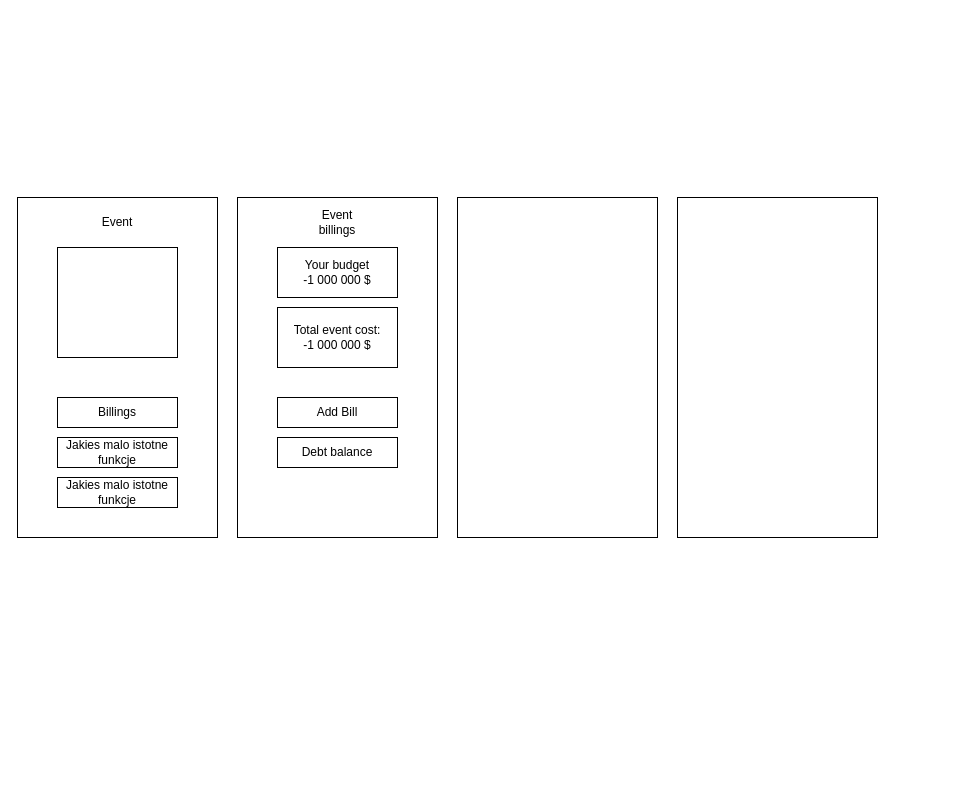
Earlier version of the draw.io diagram Billings.drawio (Tomasz98Zukowski/TripBudgetApp). Source tidied: cells renumbered, new cells numbered last; positions are measured from the earlier drawing's top-left corner, leaving out a move shared by most shapes. Both pictures are drawn from the tidied source at 100%, with x=0, y=0 at pixel (17, 197).
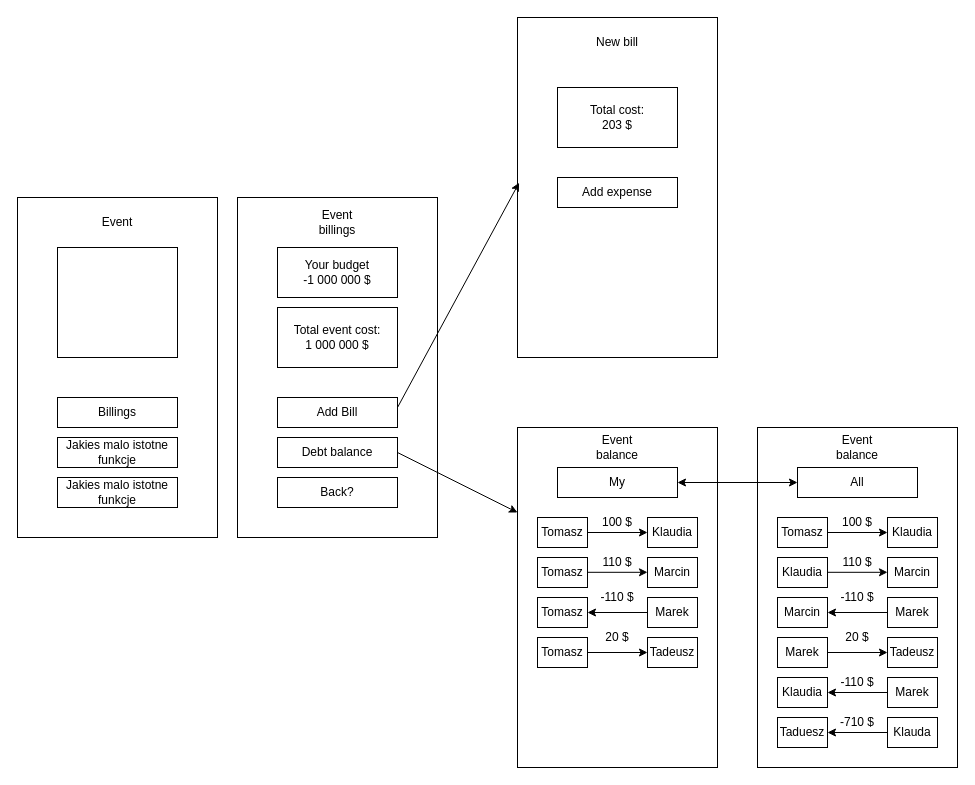
Above is the later version.

The change refers to these unchanged cells:
```xml
<mxCell id="15" value="Debt balance" style="rounded=0;whiteSpace=wrap;html=1;" parent="1" vertex="1">
  <mxGeometry x="260" y="240" width="120" height="30" as="geometry" />
</mxCell>
```

The edit, as a diff of the source:
```diff
@@
     <mxCell id="3" style="rounded=0;whiteSpace=wrap;html=1;" parent="1" vertex="1">
-      <mxGeometry x="440" width="200" height="340" as="geometry" />
+      <mxGeometry x="500" y="230" width="200" height="340" as="geometry" />
     </mxCell>
@@
     <mxCell id="5" style="rounded=0;whiteSpace=wrap;html=1;" parent="1" vertex="1">
-      <mxGeometry x="660" width="200" height="340" as="geometry" />
+      <mxGeometry x="500" y="-180" width="200" height="340" as="geometry" />
     </mxCell>
@@
-    <mxCell id="12" value="Total event cost:&lt;br&gt;-1 000 000 $" style="rounded=0;whiteSpace=wrap;html=1;" parent="1" vertex="1">
+    <mxCell id="12" value="Total event cost:&lt;br&gt;1 000 000 $" style="rounded=0;whiteSpace=wrap;html=1;" parent="1" vertex="1">
       <mxGeometry x="260" y="110" width="120" height="60" as="geometry" />
     </mxCell>
@@
+    <mxCell id="16" value="Back?" style="rounded=0;whiteSpace=wrap;html=1;" parent="1" vertex="1">
+      <mxGeometry x="260" y="280" width="120" height="30" as="geometry" />
+    </mxCell>
+    <mxCell id="17" style="endArrow=classic;html=1;rounded=0;entryX=0;entryY=0.25;entryDx=0;entryDy=0;exitX=1;exitY=0.5;exitDx=0;exitDy=0;" parent="1" edge="1" source="15" target="3">
+      <mxGeometry relative="1" as="geometry" />
+    </mxCell>
+    <mxCell id="18" value="Tomasz" style="rounded=0;whiteSpace=wrap;html=1;" parent="1" vertex="1">
+      <mxGeometry x="520" y="320" width="50" height="30" as="geometry" />
+    </mxCell>
+    <mxCell id="19" value="Event balance" style="text;html=1;align=center;verticalAlign=middle;whiteSpace=wrap;rounded=0;" parent="1" vertex="1">
+      <mxGeometry x="570" y="235" width="60" height="30" as="geometry" />
+    </mxCell>
+    <mxCell id="20" value="Tomasz" style="rounded=0;whiteSpace=wrap;html=1;" parent="1" vertex="1">
+      <mxGeometry x="520" y="400" width="50" height="30" as="geometry" />
+    </mxCell>
+    <mxCell id="21" value="Tomasz" style="rounded=0;whiteSpace=wrap;html=1;" parent="1" vertex="1">
+      <mxGeometry x="520" y="360" width="50" height="30" as="geometry" />
+    </mxCell>
+    <mxCell id="22" value="My" style="rounded=0;whiteSpace=wrap;html=1;" parent="1" vertex="1">
+      <mxGeometry x="540" y="270" width="120" height="30" as="geometry" />
+    </mxCell>
+    <mxCell id="23" value="Tomasz" style="rounded=0;whiteSpace=wrap;html=1;" parent="1" vertex="1">
+      <mxGeometry x="520" y="440" width="50" height="30" as="geometry" />
+    </mxCell>
+    <mxCell id="24" value="Klaudia" style="rounded=0;whiteSpace=wrap;html=1;" parent="1" vertex="1">
+      <mxGeometry x="630" y="320" width="50" height="30" as="geometry" />
+    </mxCell>
+    <mxCell id="25" value="Marek" style="rounded=0;whiteSpace=wrap;html=1;" parent="1" vertex="1">
+      <mxGeometry x="630" y="400" width="50" height="30" as="geometry" />
+    </mxCell>
+    <mxCell id="26" value="Marcin" style="rounded=0;whiteSpace=wrap;html=1;" parent="1" vertex="1">
+      <mxGeometry x="630" y="360" width="50" height="30" as="geometry" />
+    </mxCell>
+    <mxCell id="27" value="Tadeusz" style="rounded=0;whiteSpace=wrap;html=1;" parent="1" vertex="1">
+      <mxGeometry x="630" y="440" width="50" height="30" as="geometry" />
+    </mxCell>
+    <mxCell id="28" style="endArrow=classic;html=1;rounded=0;entryX=0;entryY=0.5;entryDx=0;entryDy=0;exitX=1;exitY=0.5;exitDx=0;exitDy=0;" parent="1" edge="1" source="18" target="24">
+      <mxGeometry relative="1" as="geometry" />
+    </mxCell>
+    <mxCell id="29" style="endArrow=classic;html=1;rounded=0;entryX=0;entryY=0.5;entryDx=0;entryDy=0;exitX=1;exitY=0.5;exitDx=0;exitDy=0;" parent="1" edge="1">
+      <mxGeometry relative="1" as="geometry">
+        <mxPoint x="570" y="374.8" as="sourcePoint" />
+        <mxPoint x="630" y="374.8" as="targetPoint" />
+      </mxGeometry>
+    </mxCell>
+    <mxCell id="30" style="endArrow=classic;html=1;rounded=0;exitX=0;exitY=0.5;exitDx=0;exitDy=0;entryX=1;entryY=0.5;entryDx=0;entryDy=0;" parent="1" edge="1" source="25" target="20">
+      <mxGeometry relative="1" as="geometry" />
+    </mxCell>
+    <mxCell id="31" style="endArrow=classic;html=1;rounded=0;exitX=1;exitY=0.5;exitDx=0;exitDy=0;entryX=0;entryY=0.5;entryDx=0;entryDy=0;" parent="1" edge="1" source="23" target="27">
+      <mxGeometry relative="1" as="geometry" />
+    </mxCell>
+    <mxCell id="32" value="100 $" style="text;html=1;align=center;verticalAlign=middle;whiteSpace=wrap;rounded=0;" parent="1" vertex="1">
+      <mxGeometry x="570" y="310" width="60" height="30" as="geometry" />
+    </mxCell>
+    <mxCell id="33" value="110 $" style="text;html=1;align=center;verticalAlign=middle;whiteSpace=wrap;rounded=0;" parent="1" vertex="1">
+      <mxGeometry x="570" y="350" width="60" height="30" as="geometry" />
+    </mxCell>
+    <mxCell id="34" value="-110 $" style="text;html=1;align=center;verticalAlign=middle;whiteSpace=wrap;rounded=0;" parent="1" vertex="1">
+      <mxGeometry x="570" y="385" width="60" height="30" as="geometry" />
+    </mxCell>
+    <mxCell id="35" value="20 $" style="text;html=1;align=center;verticalAlign=middle;whiteSpace=wrap;rounded=0;" parent="1" vertex="1">
+      <mxGeometry x="570" y="425" width="60" height="30" as="geometry" />
+    </mxCell>
+    <mxCell id="36" style="rounded=0;whiteSpace=wrap;html=1;" parent="1" vertex="1">
+      <mxGeometry x="740" y="230" width="200" height="340" as="geometry" />
+    </mxCell>
+    <mxCell id="37" value="Tomasz" style="rounded=0;whiteSpace=wrap;html=1;" parent="1" vertex="1">
+      <mxGeometry x="760" y="320" width="50" height="30" as="geometry" />
+    </mxCell>
+    <mxCell id="38" value="Event balance" style="text;html=1;align=center;verticalAlign=middle;whiteSpace=wrap;rounded=0;" parent="1" vertex="1">
+      <mxGeometry x="810" y="235" width="60" height="30" as="geometry" />
+    </mxCell>
+    <mxCell id="39" value="Marcin" style="rounded=0;whiteSpace=wrap;html=1;" parent="1" vertex="1">
+      <mxGeometry x="760" y="400" width="50" height="30" as="geometry" />
+    </mxCell>
+    <mxCell id="40" value="Klaudia" style="rounded=0;whiteSpace=wrap;html=1;" parent="1" vertex="1">
+      <mxGeometry x="760" y="360" width="50" height="30" as="geometry" />
+    </mxCell>
+    <mxCell id="41" value="All" style="rounded=0;whiteSpace=wrap;html=1;" parent="1" vertex="1">
+      <mxGeometry x="780" y="270" width="120" height="30" as="geometry" />
+    </mxCell>
+    <mxCell id="42" value="Marek" style="rounded=0;whiteSpace=wrap;html=1;" parent="1" vertex="1">
+      <mxGeometry x="760" y="440" width="50" height="30" as="geometry" />
+    </mxCell>
+    <mxCell id="43" value="Klaudia" style="rounded=0;whiteSpace=wrap;html=1;" parent="1" vertex="1">
+      <mxGeometry x="870" y="320" width="50" height="30" as="geometry" />
+    </mxCell>
+    <mxCell id="44" value="Marek" style="rounded=0;whiteSpace=wrap;html=1;" parent="1" vertex="1">
+      <mxGeometry x="870" y="400" width="50" height="30" as="geometry" />
+    </mxCell>
+    <mxCell id="45" value="Marcin" style="rounded=0;whiteSpace=wrap;html=1;" parent="1" vertex="1">
+      <mxGeometry x="870" y="360" width="50" height="30" as="geometry" />
+    </mxCell>
+    <mxCell id="46" value="Tadeusz" style="rounded=0;whiteSpace=wrap;html=1;" parent="1" vertex="1">
+      <mxGeometry x="870" y="440" width="50" height="30" as="geometry" />
+    </mxCell>
+    <mxCell id="47" style="endArrow=classic;html=1;rounded=0;entryX=0;entryY=0.5;entryDx=0;entryDy=0;exitX=1;exitY=0.5;exitDx=0;exitDy=0;" parent="1" edge="1" source="37" target="43">
+      <mxGeometry relative="1" as="geometry" />
+    </mxCell>
+    <mxCell id="48" style="endArrow=classic;html=1;rounded=0;entryX=0;entryY=0.5;entryDx=0;entryDy=0;exitX=1;exitY=0.5;exitDx=0;exitDy=0;" parent="1" edge="1">
+      <mxGeometry relative="1" as="geometry">
+        <mxPoint x="810" y="374.8" as="sourcePoint" />
+        <mxPoint x="870" y="374.8" as="targetPoint" />
+      </mxGeometry>
+    </mxCell>
+    <mxCell id="49" style="endArrow=classic;html=1;rounded=0;exitX=0;exitY=0.5;exitDx=0;exitDy=0;entryX=1;entryY=0.5;entryDx=0;entryDy=0;" parent="1" edge="1" source="44" target="39">
+      <mxGeometry relative="1" as="geometry" />
+    </mxCell>
+    <mxCell id="50" style="endArrow=classic;html=1;rounded=0;exitX=1;exitY=0.5;exitDx=0;exitDy=0;entryX=0;entryY=0.5;entryDx=0;entryDy=0;" parent="1" edge="1" source="42" target="46">
+      <mxGeometry relative="1" as="geometry" />
+    </mxCell>
+    <mxCell id="51" value="100 $" style="text;html=1;align=center;verticalAlign=middle;whiteSpace=wrap;rounded=0;" parent="1" vertex="1">
+      <mxGeometry x="810" y="310" width="60" height="30" as="geometry" />
+    </mxCell>
+    <mxCell id="52" value="110 $" style="text;html=1;align=center;verticalAlign=middle;whiteSpace=wrap;rounded=0;" parent="1" vertex="1">
+      <mxGeometry x="810" y="350" width="60" height="30" as="geometry" />
+    </mxCell>
+    <mxCell id="53" value="-110 $" style="text;html=1;align=center;verticalAlign=middle;whiteSpace=wrap;rounded=0;" parent="1" vertex="1">
+      <mxGeometry x="810" y="385" width="60" height="30" as="geometry" />
+    </mxCell>
+    <mxCell id="54" value="20 $" style="text;html=1;align=center;verticalAlign=middle;whiteSpace=wrap;rounded=0;" parent="1" vertex="1">
+      <mxGeometry x="810" y="425" width="60" height="30" as="geometry" />
+    </mxCell>
+    <mxCell id="55" style="endArrow=classic;startArrow=classic;html=1;rounded=0;entryX=0;entryY=0.5;entryDx=0;entryDy=0;exitX=1;exitY=0.5;exitDx=0;exitDy=0;" parent="1" edge="1" source="22" target="41">
+      <mxGeometry relative="1" as="geometry" />
+    </mxCell>
+    <mxCell id="56" value="Klaudia" style="rounded=0;whiteSpace=wrap;html=1;" parent="1" vertex="1">
+      <mxGeometry x="760" y="480" width="50" height="30" as="geometry" />
+    </mxCell>
+    <mxCell id="57" value="Marek" style="rounded=0;whiteSpace=wrap;html=1;" parent="1" vertex="1">
+      <mxGeometry x="870" y="480" width="50" height="30" as="geometry" />
+    </mxCell>
+    <mxCell id="58" style="endArrow=classic;html=1;rounded=0;exitX=0;exitY=0.5;exitDx=0;exitDy=0;entryX=1;entryY=0.5;entryDx=0;entryDy=0;" parent="1" edge="1" source="57" target="56">
+      <mxGeometry relative="1" as="geometry" />
+    </mxCell>
+    <mxCell id="59" value="-110 $" style="text;html=1;align=center;verticalAlign=middle;whiteSpace=wrap;rounded=0;" parent="1" vertex="1">
+      <mxGeometry x="810" y="470" width="60" height="30" as="geometry" />
+    </mxCell>
+    <mxCell id="60" value="Taduesz" style="rounded=0;whiteSpace=wrap;html=1;" parent="1" vertex="1">
+      <mxGeometry x="760" y="520" width="50" height="30" as="geometry" />
+    </mxCell>
+    <mxCell id="61" value="Klauda" style="rounded=0;whiteSpace=wrap;html=1;" parent="1" vertex="1">
+      <mxGeometry x="870" y="520" width="50" height="30" as="geometry" />
+    </mxCell>
+    <mxCell id="62" style="endArrow=classic;html=1;rounded=0;exitX=0;exitY=0.5;exitDx=0;exitDy=0;entryX=1;entryY=0.5;entryDx=0;entryDy=0;" parent="1" edge="1" source="61" target="60">
+      <mxGeometry relative="1" as="geometry" />
+    </mxCell>
+    <mxCell id="63" value="-710 $" style="text;html=1;align=center;verticalAlign=middle;whiteSpace=wrap;rounded=0;" parent="1" vertex="1">
+      <mxGeometry x="810" y="510" width="60" height="30" as="geometry" />
+    </mxCell>
+    <mxCell id="64" style="endArrow=classic;html=1;rounded=0;entryX=0.008;entryY=0.486;entryDx=0;entryDy=0;entryPerimeter=0;" parent="1" edge="1" target="5">
+      <mxGeometry relative="1" as="geometry">
+        <mxPoint x="380" y="210" as="sourcePoint" />
+      </mxGeometry>
+    </mxCell>
+    <mxCell id="65" value="New bill" style="text;html=1;align=center;verticalAlign=middle;whiteSpace=wrap;rounded=0;" parent="1" vertex="1">
+      <mxGeometry x="570" y="-170" width="60" height="30" as="geometry" />
+    </mxCell>
+    <mxCell id="66" value="Total cost:&lt;div&gt;203 $&lt;/div&gt;" style="rounded=0;whiteSpace=wrap;html=1;" parent="1" vertex="1">
+      <mxGeometry x="540" y="-110" width="120" height="60" as="geometry" />
+    </mxCell>
+    <mxCell id="67" value="Add expense" style="rounded=0;whiteSpace=wrap;html=1;" parent="1" vertex="1">
+      <mxGeometry x="540" y="-20" width="120" height="30" as="geometry" />
+    </mxCell>
```
